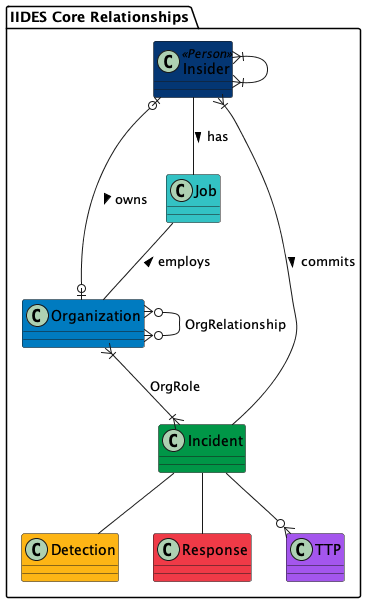
Before: UML/out/IIDES_Core.png, a diagram exported from PlantUML (cmu-sei/iides). Source of this version:
```plantuml
@startuml IIDES_Core
package "IIDES Core Relationships" #FFF {

    class Insider <<Person>> #043673 {}
    class Organization #007BC0 {}
    class Incident #009647 {}
    class Job #33c2C4 {}
    class Detection #FDB515 {}
    class Response #EF3A47 {}
    class TTP #A456ED {}

    Incident --|{ Insider : commits <
    Job -- Organization : employs <
    Insider -- Job : has >
    Organization }|--|{ Incident : OrgRole
    Organization }o--o{ Organization : OrgRelationship
    Insider |o--o| Organization : owns >
    Insider }|--|{ Insider
    Incident -- Detection
    Incident -- Response
    Incident --o{ TTP
}
@enduml
```
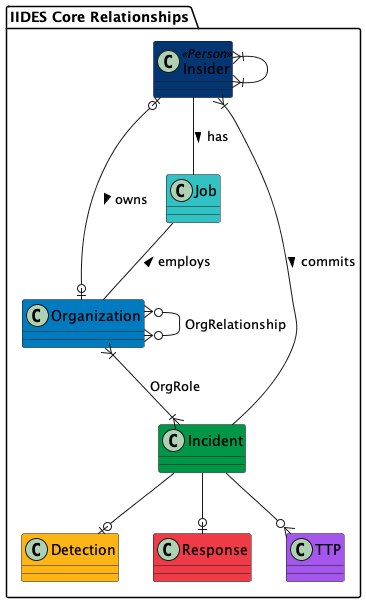
Above is the later version.

What changed in the source:
```diff
@@ -16,8 +16,8 @@
     Organization }o--o{ Organization : OrgRelationship
     Insider |o--o| Organization : owns >
     Insider }|--|{ Insider
-    Incident -- Detection
-    Incident -- Response
+    Incident --o| Detection
+    Incident --o| Response
     Incident --o{ TTP
 }
 @enduml
```
